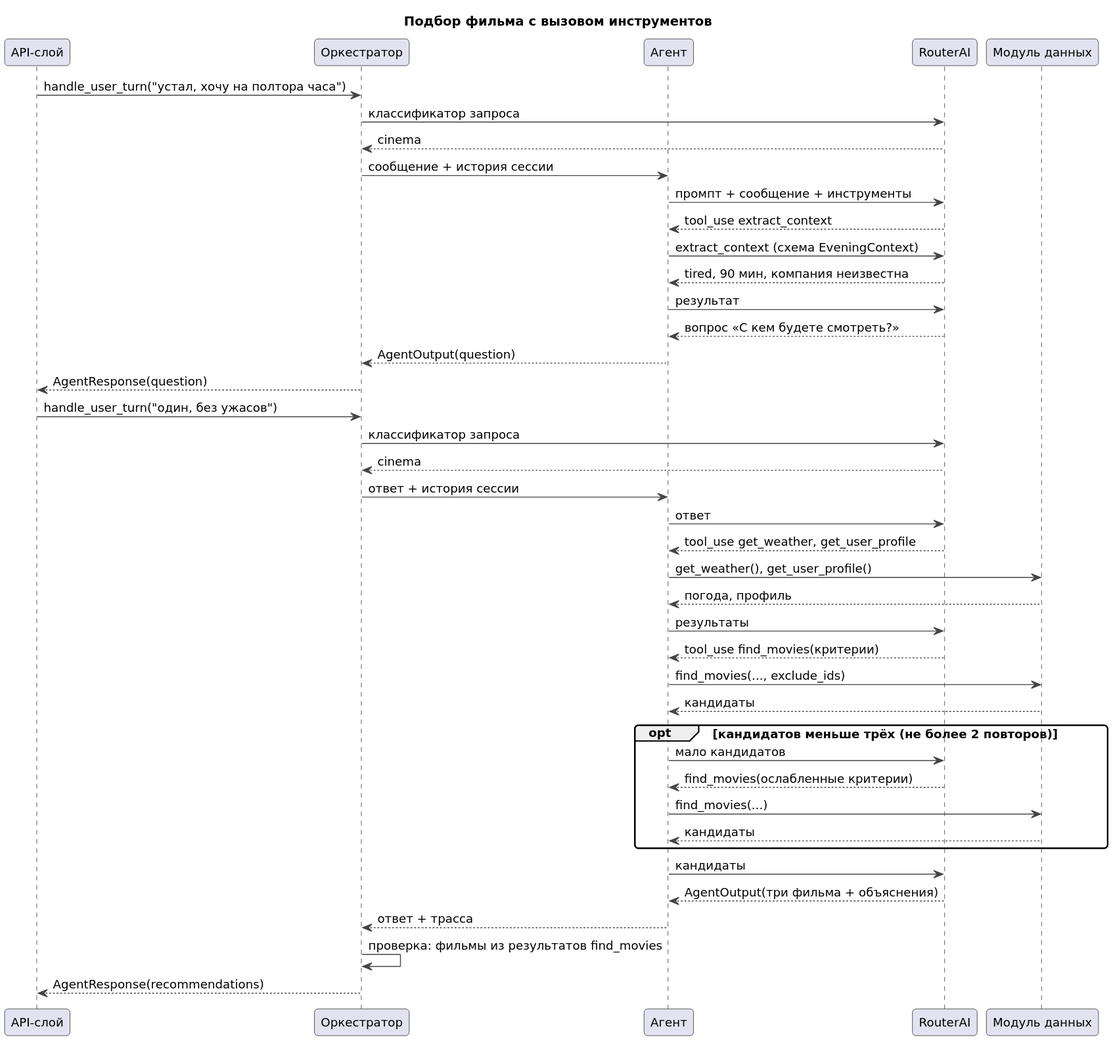
Above: documents/agents/diagrams/155-seq-recommend.svg in ryDIEv/CineMatch (PlantUML), before the change.
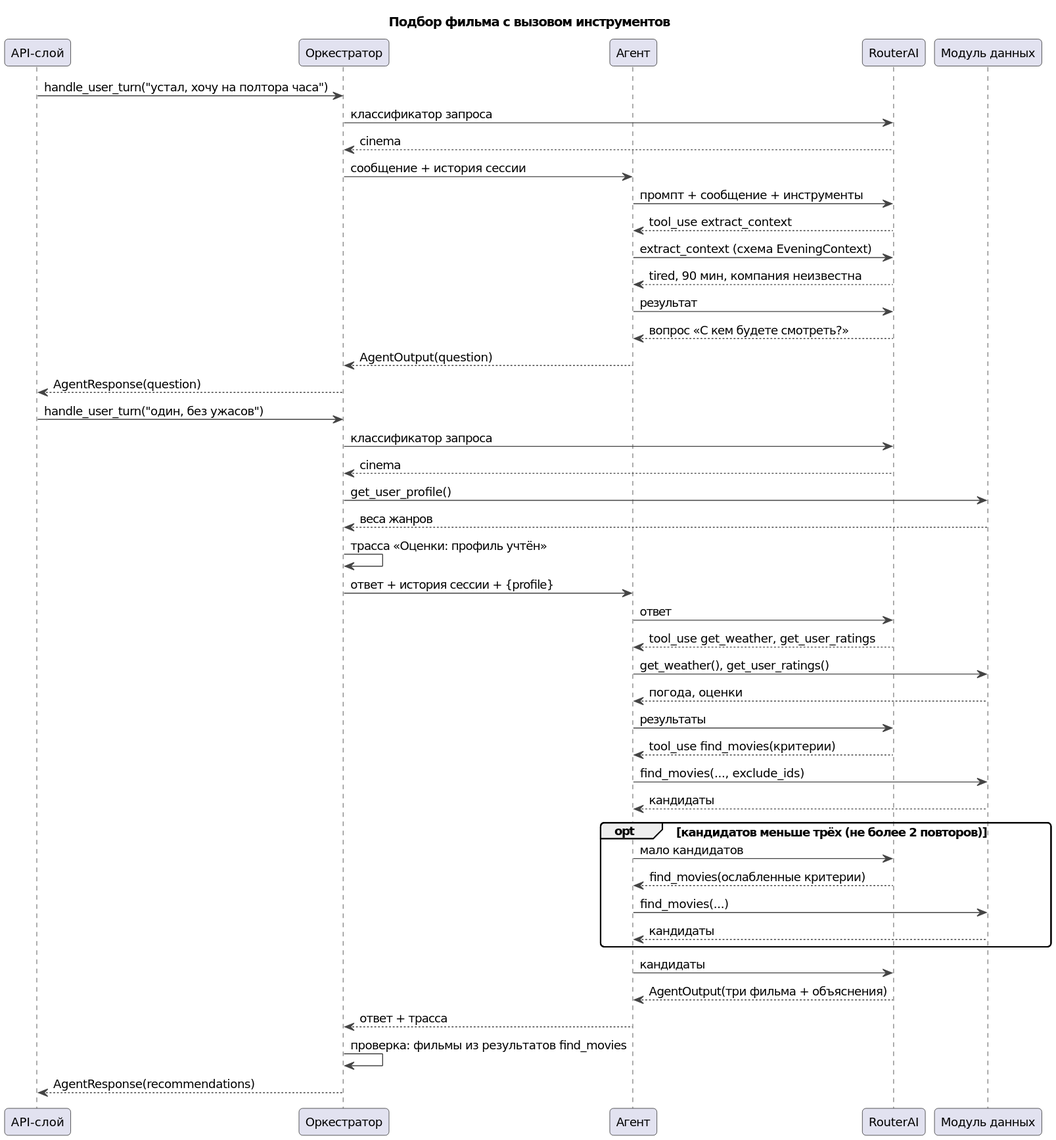
Above is the later version.

Change to the diagram source:
```diff
@@ -21,11 +21,14 @@
 API -> O : handle_user_turn("один, без ужасов")
 O -> M : классификатор запроса
 M --> O : cinema
-O -> A : ответ + история сессии
+O -> D : get_user_profile()
+D --> O : веса жанров
+O -> O : трасса «Оценки: профиль учтён»
+O -> A : ответ + история сессии + {profile}
 A -> M : ответ
-M --> A : tool_use get_weather, get_user_profile
-A -> D : get_weather(), get_user_profile()
-D --> A : погода, профиль
+M --> A : tool_use get_weather, get_user_ratings
+A -> D : get_weather(), get_user_ratings()
+D --> A : погода, оценки
 A -> M : результаты
 M --> A : tool_use find_movies(критерии)
 A -> D : find_movies(..., exclude_ids)
```
